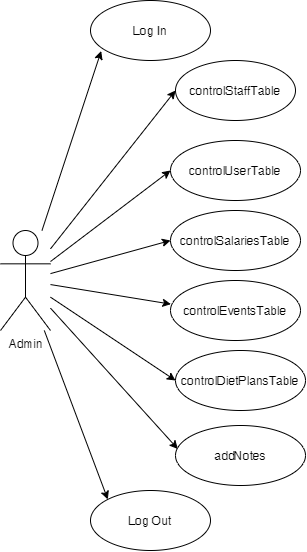
Earlier version of the draw.io export Diagrams/UML/UseCases/Admin.png (renttrent/Techengers). Source tidied: cells renumbered, new cells last; positions are measured from the earlier drawing's top-left corner, leaving out a move shared by most shapes. Its diagram source:
```xml
<mxGraphModel>
  <root>
    <mxCell id="0" />
    <mxCell id="1" parent="0" />
    <mxCell id="2" style="edgeStyle=none;rounded=0;jettySize=auto;html=1;entryX=0.089;entryY=0.843;entryDx=0;entryDy=0;entryPerimeter=0;" parent="1" edge="1" source="10" target="11">
      <mxGeometry relative="1" as="geometry" />
    </mxCell>
    <mxCell id="3" style="edgeStyle=none;rounded=0;jettySize=auto;html=1;entryX=0;entryY=0.5;entryDx=0;entryDy=0;" parent="1" edge="1" source="10" target="13">
      <mxGeometry relative="1" as="geometry" />
    </mxCell>
    <mxCell id="4" style="edgeStyle=none;rounded=0;jettySize=auto;html=1;entryX=0;entryY=0.5;entryDx=0;entryDy=0;" parent="1" edge="1" source="10" target="15">
      <mxGeometry relative="1" as="geometry" />
    </mxCell>
    <mxCell id="5" style="edgeStyle=none;rounded=0;jettySize=auto;html=1;entryX=0;entryY=0.5;entryDx=0;entryDy=0;" parent="1" edge="1" source="10" target="14">
      <mxGeometry relative="1" as="geometry" />
    </mxCell>
    <mxCell id="6" style="edgeStyle=none;rounded=0;jettySize=auto;html=1;entryX=0.003;entryY=0.394;entryDx=0;entryDy=0;entryPerimeter=0;" parent="1" edge="1" source="10" target="16">
      <mxGeometry relative="1" as="geometry" />
    </mxCell>
    <mxCell id="7" style="edgeStyle=none;rounded=0;jettySize=auto;html=1;entryX=0;entryY=0.5;entryDx=0;entryDy=0;" parent="1" edge="1" source="10" target="18">
      <mxGeometry relative="1" as="geometry" />
    </mxCell>
    <mxCell id="8" style="edgeStyle=none;rounded=0;jettySize=auto;html=1;entryX=0.018;entryY=0.391;entryDx=0;entryDy=0;entryPerimeter=0;" parent="1" edge="1" source="10" target="17">
      <mxGeometry relative="1" as="geometry" />
    </mxCell>
    <mxCell id="9" style="edgeStyle=none;rounded=0;jettySize=auto;html=1;entryX=0;entryY=0;entryDx=0;entryDy=0;" parent="1" edge="1" source="10" target="12">
      <mxGeometry relative="1" as="geometry" />
    </mxCell>
    <mxCell id="10" value="Admin" style="shape=umlActor;verticalLabelPosition=bottom;verticalAlign=top;html=1;outlineConnect=0;" parent="1" vertex="1">
      <mxGeometry y="230" width="50" height="100" as="geometry" />
    </mxCell>
    <mxCell id="11" value="Log In" style="ellipse;whiteSpace=wrap;html=1;" parent="1" vertex="1">
      <mxGeometry x="90" width="120" height="60" as="geometry" />
    </mxCell>
    <mxCell id="12" value="Log Out" style="ellipse;whiteSpace=wrap;html=1;" parent="1" vertex="1">
      <mxGeometry x="90" y="490" width="120" height="60" as="geometry" />
    </mxCell>
    <mxCell id="13" value="controlStaffTable" style="ellipse;whiteSpace=wrap;html=1;" parent="1" vertex="1">
      <mxGeometry x="175" y="60" width="120" height="60" as="geometry" />
    </mxCell>
    <mxCell id="14" value="controlSalariesTable" style="ellipse;whiteSpace=wrap;html=1;" parent="1" vertex="1">
      <mxGeometry x="170" y="210" width="130" height="60" as="geometry" />
    </mxCell>
    <mxCell id="15" value="controlUserTable" style="ellipse;whiteSpace=wrap;html=1;" parent="1" vertex="1">
      <mxGeometry x="170" y="140" width="130" height="60" as="geometry" />
    </mxCell>
    <mxCell id="16" value="controlEventsTable" style="ellipse;whiteSpace=wrap;html=1;" parent="1" vertex="1">
      <mxGeometry x="170" y="280" width="130" height="60" as="geometry" />
    </mxCell>
    <mxCell id="17" value="addNotes" style="ellipse;whiteSpace=wrap;html=1;" parent="1" vertex="1">
      <mxGeometry x="175" y="425" width="130" height="60" as="geometry" />
    </mxCell>
    <mxCell id="18" value="controlDietPlansTable" style="ellipse;whiteSpace=wrap;html=1;" parent="1" vertex="1">
      <mxGeometry x="175" y="350" width="130" height="60" as="geometry" />
    </mxCell>
  </root>
</mxGraphModel>
```
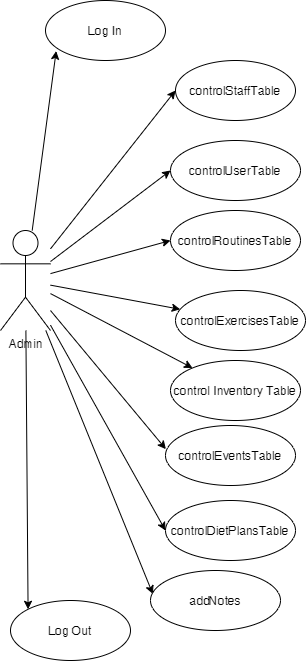
Above is the later version.

Diff of the diagram source:
```diff
@@ -11,8 +11,10 @@
     <mxCell id="4" style="edgeStyle=none;rounded=0;jettySize=auto;html=1;entryX=0;entryY=0.5;entryDx=0;entryDy=0;" parent="1" edge="1" source="10" target="15">
       <mxGeometry relative="1" as="geometry" />
     </mxCell>
-    <mxCell id="5" style="edgeStyle=none;rounded=0;jettySize=auto;html=1;entryX=0;entryY=0.5;entryDx=0;entryDy=0;" parent="1" edge="1" source="10" target="14">
-      <mxGeometry relative="1" as="geometry" />
+    <mxCell id="5" style="edgeStyle=none;rounded=0;jettySize=auto;html=1;entryX=0;entryY=0.5;entryDx=0;entryDy=0;" parent="1" edge="1" source="10">
+      <mxGeometry relative="1" as="geometry">
+        <mxPoint x="170" y="240" as="targetPoint" />
+      </mxGeometry>
     </mxCell>
     <mxCell id="6" style="edgeStyle=none;rounded=0;jettySize=auto;html=1;entryX=0.003;entryY=0.394;entryDx=0;entryDy=0;entryPerimeter=0;" parent="1" edge="1" source="10" target="16">
       <mxGeometry relative="1" as="geometry" />
@@ -26,32 +28,44 @@
     <mxCell id="9" style="edgeStyle=none;rounded=0;jettySize=auto;html=1;entryX=0;entryY=0;entryDx=0;entryDy=0;" parent="1" edge="1" source="10" target="12">
       <mxGeometry relative="1" as="geometry" />
     </mxCell>
+    <mxCell id="19" style="edgeStyle=none;rounded=0;jettySize=auto;html=1;" parent="1" edge="1" source="10" target="22">
+      <mxGeometry relative="1" as="geometry" />
+    </mxCell>
+    <mxCell id="20" style="edgeStyle=none;rounded=0;jettySize=auto;html=1;" parent="1" edge="1" source="10" target="23">
+      <mxGeometry relative="1" as="geometry" />
+    </mxCell>
     <mxCell id="10" value="Admin" style="shape=umlActor;verticalLabelPosition=bottom;verticalAlign=top;html=1;outlineConnect=0;" parent="1" vertex="1">
       <mxGeometry y="230" width="50" height="100" as="geometry" />
     </mxCell>
     <mxCell id="11" value="Log In" style="ellipse;whiteSpace=wrap;html=1;" parent="1" vertex="1">
-      <mxGeometry x="90" width="120" height="60" as="geometry" />
+      <mxGeometry x="45" width="120" height="60" as="geometry" />
     </mxCell>
     <mxCell id="12" value="Log Out" style="ellipse;whiteSpace=wrap;html=1;" parent="1" vertex="1">
-      <mxGeometry x="90" y="490" width="120" height="60" as="geometry" />
+      <mxGeometry x="10" y="600" width="120" height="60" as="geometry" />
     </mxCell>
     <mxCell id="13" value="controlStaffTable" style="ellipse;whiteSpace=wrap;html=1;" parent="1" vertex="1">
       <mxGeometry x="175" y="60" width="120" height="60" as="geometry" />
     </mxCell>
-    <mxCell id="14" value="controlSalariesTable" style="ellipse;whiteSpace=wrap;html=1;" parent="1" vertex="1">
-      <mxGeometry x="170" y="210" width="130" height="60" as="geometry" />
-    </mxCell>
     <mxCell id="15" value="controlUserTable" style="ellipse;whiteSpace=wrap;html=1;" parent="1" vertex="1">
       <mxGeometry x="170" y="140" width="130" height="60" as="geometry" />
     </mxCell>
     <mxCell id="16" value="controlEventsTable" style="ellipse;whiteSpace=wrap;html=1;" parent="1" vertex="1">
-      <mxGeometry x="170" y="280" width="130" height="60" as="geometry" />
+      <mxGeometry x="165" y="425" width="130" height="60" as="geometry" />
     </mxCell>
     <mxCell id="17" value="addNotes" style="ellipse;whiteSpace=wrap;html=1;" parent="1" vertex="1">
-      <mxGeometry x="175" y="425" width="130" height="60" as="geometry" />
+      <mxGeometry x="150" y="570" width="130" height="60" as="geometry" />
     </mxCell>
     <mxCell id="18" value="controlDietPlansTable" style="ellipse;whiteSpace=wrap;html=1;" parent="1" vertex="1">
-      <mxGeometry x="175" y="350" width="130" height="60" as="geometry" />
+      <mxGeometry x="165" y="500" width="130" height="60" as="geometry" />
     </mxCell>
+    <mxCell id="21" value="controlRoutinesTable" style="ellipse;whiteSpace=wrap;html=1;" parent="1" vertex="1">
+      <mxGeometry x="170" y="210" width="130" height="60" as="geometry" />
+    </mxCell>
+    <mxCell id="22" value="controlExercisesTable" style="ellipse;whiteSpace=wrap;html=1;" parent="1" vertex="1">
+      <mxGeometry x="175" y="290" width="130" height="60" as="geometry" />
+    </mxCell>
+    <mxCell id="23" value="control Inventory Table" style="ellipse;whiteSpace=wrap;html=1;" parent="1" vertex="1">
+      <mxGeometry x="170" y="360" width="130" height="60" as="geometry" />
+    </mxCell>
   </root>
 </mxGraphModel>
```
